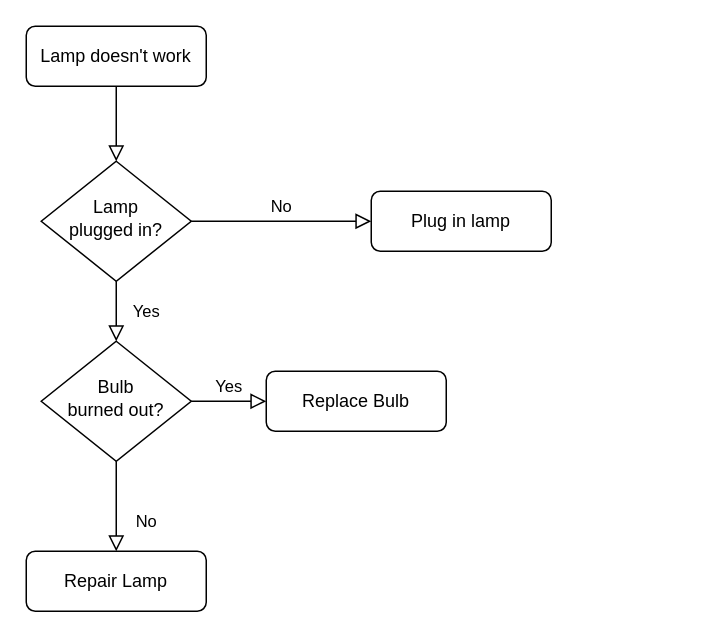
This is 未命名绘图.drawio from wuleiecho/RepoForDiagrams, a draw.io file, before an edit. Source tidied: cells renumbered, new cells numbered last; positions are measured from the earlier drawing's top-left corner, leaving out a move shared by most shapes. Both pictures are drawn from the tidied source at 150%, with x=0, y=0 at pixel (26, 26).
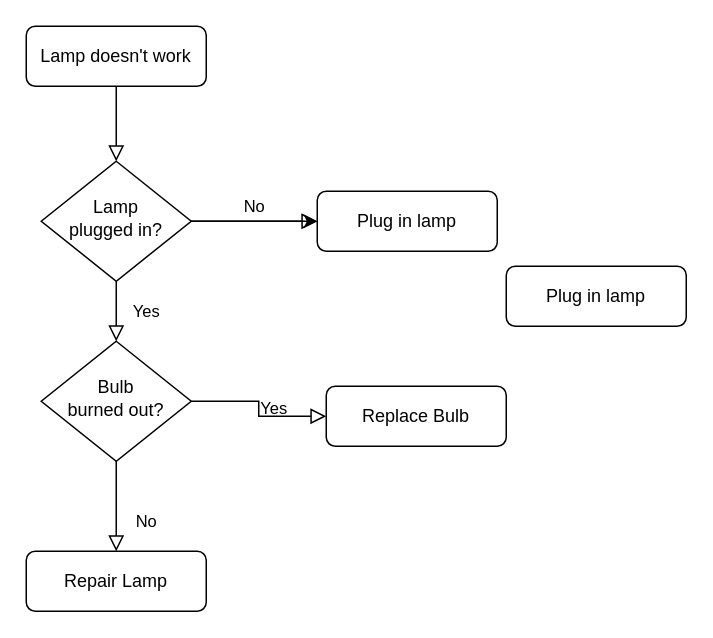
The same page after the edit.

Commit message:
更新未命名绘图.drawio

The edit, as a diff of the source:
```diff
@@
 <mxGraphModel>
   <root>
     <mxCell id="0" />
     <mxCell id="1" parent="0" />
     <mxCell id="2" style="rounded=0;html=1;jettySize=auto;fontSize=11;endArrow=block;endFill=0;endSize=8;strokeWidth=1;shadow=0;labelBackgroundColor=none;edgeStyle=orthogonalEdgeStyle;" parent="1" edge="1" source="3" target="6">
       <mxGeometry relative="1" as="geometry" />
     </mxCell>
     <mxCell id="3" value="Lamp doesn't work" style="rounded=1;whiteSpace=wrap;html=1;fontSize=12;glass=0;strokeWidth=1;shadow=0;" parent="1" vertex="1">
       <mxGeometry width="120" height="40" as="geometry" />
     </mxCell>
     <mxCell id="4" value="Yes" style="rounded=0;html=1;jettySize=auto;fontSize=11;endArrow=block;endFill=0;endSize=8;strokeWidth=1;shadow=0;labelBackgroundColor=none;edgeStyle=orthogonalEdgeStyle;" parent="1" edge="1" source="6" target="10">
       <mxGeometry y="20" relative="1" as="geometry" />
     </mxCell>
     <mxCell id="5" value="No" style="edgeStyle=orthogonalEdgeStyle;rounded=0;html=1;jettySize=auto;fontSize=11;endArrow=block;endFill=0;endSize=8;strokeWidth=1;shadow=0;labelBackgroundColor=none;" parent="1" edge="1" source="6" target="7">
       <mxGeometry y="10" relative="1" as="geometry" />
     </mxCell>
+    <mxCell id="13" style="edgeStyle=orthogonalEdgeStyle;rounded=0;jettySize=auto;html=1;" parent="1" edge="1" source="6" target="7">
+      <mxGeometry relative="1" as="geometry" />
+    </mxCell>
     <mxCell id="6" value="Lamp&lt;br&gt;plugged in?" style="rhombus;whiteSpace=wrap;html=1;shadow=0;fontFamily=Helvetica;fontSize=12;align=center;strokeWidth=1;spacing=6;spacingTop=-4;" parent="1" vertex="1">
       <mxGeometry x="10" y="90" width="100" height="80" as="geometry" />
     </mxCell>
     <mxCell id="7" value="Plug in lamp" style="rounded=1;whiteSpace=wrap;html=1;fontSize=12;glass=0;strokeWidth=1;shadow=0;" parent="1" vertex="1">
-      <mxGeometry x="230" y="110" width="120" height="40" as="geometry" />
+      <mxGeometry x="194" y="110" width="120" height="40" as="geometry" />
     </mxCell>
     <mxCell id="8" value="No" style="rounded=0;html=1;jettySize=auto;fontSize=11;endArrow=block;endFill=0;endSize=8;strokeWidth=1;shadow=0;labelBackgroundColor=none;edgeStyle=orthogonalEdgeStyle;" parent="1" edge="1" source="10" target="11">
       <mxGeometry x="0.33" y="20" relative="1" as="geometry" />
     </mxCell>
     <mxCell id="9" value="Yes" style="edgeStyle=orthogonalEdgeStyle;rounded=0;html=1;jettySize=auto;fontSize=11;endArrow=block;endFill=0;endSize=8;strokeWidth=1;shadow=0;labelBackgroundColor=none;" parent="1" edge="1" source="10" target="12">
       <mxGeometry y="10" relative="1" as="geometry" />
     </mxCell>
     <mxCell id="10" value="Bulb&lt;br&gt;burned out?" style="rhombus;whiteSpace=wrap;html=1;shadow=0;fontFamily=Helvetica;fontSize=12;align=center;strokeWidth=1;spacing=6;spacingTop=-4;" parent="1" vertex="1">
       <mxGeometry x="10" y="210" width="100" height="80" as="geometry" />
     </mxCell>
     <mxCell id="11" value="Repair Lamp" style="rounded=1;whiteSpace=wrap;html=1;fontSize=12;glass=0;strokeWidth=1;shadow=0;" parent="1" vertex="1">
       <mxGeometry y="350" width="120" height="40" as="geometry" />
     </mxCell>
     <mxCell id="12" value="Replace Bulb" style="rounded=1;whiteSpace=wrap;html=1;fontSize=12;glass=0;strokeWidth=1;shadow=0;" parent="1" vertex="1">
-      <mxGeometry x="160" y="230" width="120" height="40" as="geometry" />
+      <mxGeometry x="200" y="240" width="120" height="40" as="geometry" />
     </mxCell>
+    <mxCell id="14" value="Plug in lamp" style="rounded=1;whiteSpace=wrap;html=1;fontSize=12;glass=0;strokeWidth=1;shadow=0;" parent="1" vertex="1">
+      <mxGeometry x="320" y="160" width="120" height="40" as="geometry" />
+    </mxCell>
   </root>
 </mxGraphModel>
```
